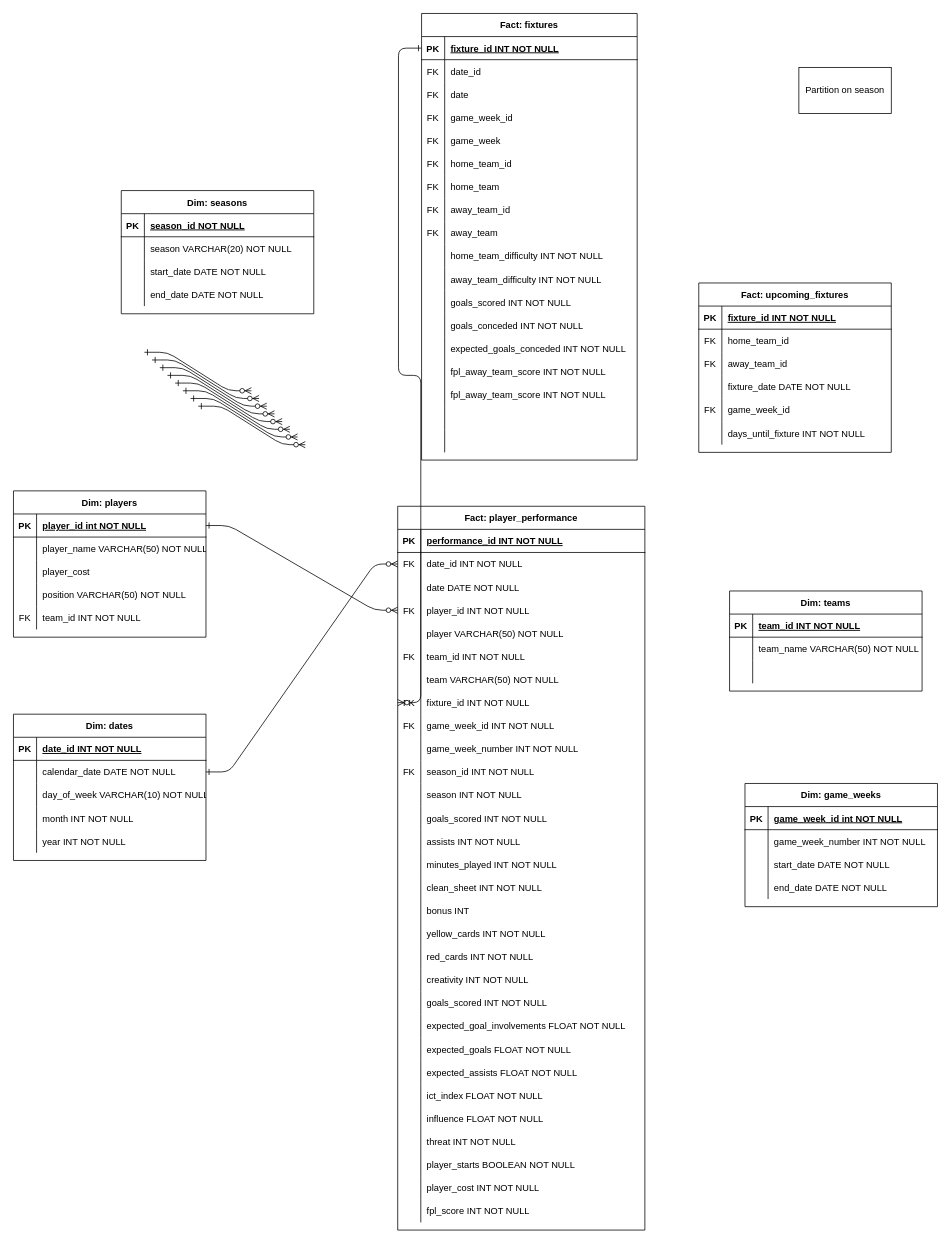
The draw.io diagram fpl_data_modeling.drawio in ossianhempel/fpl, before the edit. Source tidied: cells renumbered, new cells numbered last; positions are measured from the earlier drawing's top-left corner, leaving out a move shared by most shapes. Both pictures are drawn from the tidied source at 77%, with x=0, y=0 at pixel (13, 13).
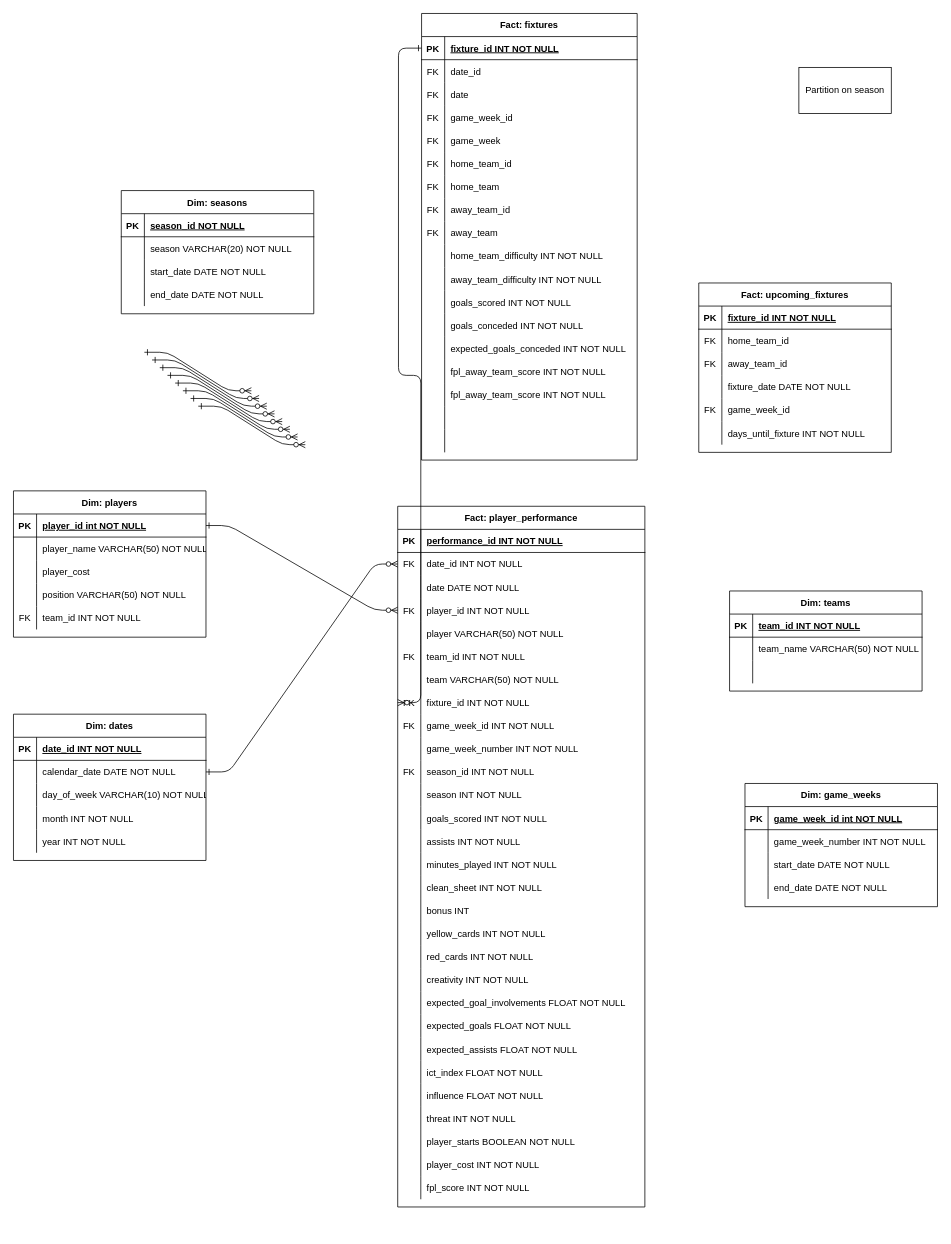
The same page after the edit.

Commit message:
fix: removed duplicate goals_scored in fact fact_player_performance table

The edit, as a diff of the source:
```diff
@@
     <mxCell id="3" value="Fact: player_performance" style="shape=table;startSize=30;childLayout=tableLayout;rowLines=0;fontStyle=1;align=center;" parent="1" vertex="1">
-      <mxGeometry x="499" y="640" width="321" height="940" as="geometry" />
+      <mxGeometry x="499" y="640" width="321" height="910" as="geometry" />
     </mxCell>
@@
-    <mxCell id="64" style="shape=partialRectangle;fillColor=none;top=0;left=0;right=0;bottom=0;" parent="3" vertex="1">
-      <mxGeometry y="630" width="321" height="30" as="geometry" />
-    </mxCell>
-    <mxCell id="65" style="shape=partialRectangle;overflow=hidden;fillColor=none;top=0;left=0;bottom=0;right=0;" parent="64" vertex="1">
-      <mxGeometry width="30" height="30" as="geometry" />
-    </mxCell>
-    <mxCell id="66" value="goals_scored INT NOT NULL" style="shape=partialRectangle;overflow=hidden;fillColor=none;top=0;left=0;bottom=0;right=0;align=left;spacingLeft=6;" parent="64" vertex="1">
-      <mxGeometry x="30" width="291" height="30" as="geometry" />
-    </mxCell>
     <mxCell id="67" style="shape=partialRectangle;fillColor=none;top=0;left=0;right=0;bottom=0;" parent="3" vertex="1">
-      <mxGeometry y="660" width="321" height="30" as="geometry" />
+      <mxGeometry y="630" width="321" height="30" as="geometry" />
     </mxCell>
@@
     <mxCell id="70" style="shape=partialRectangle;fillColor=none;top=0;left=0;right=0;bottom=0;" parent="3" vertex="1">
-      <mxGeometry y="690" width="321" height="30" as="geometry" />
+      <mxGeometry y="660" width="321" height="30" as="geometry" />
     </mxCell>
@@
     <mxCell id="73" style="shape=partialRectangle;fillColor=none;top=0;left=0;right=0;bottom=0;" parent="3" vertex="1">
-      <mxGeometry y="720" width="321" height="30" as="geometry" />
+      <mxGeometry y="690" width="321" height="30" as="geometry" />
     </mxCell>
@@
     <mxCell id="76" style="shape=partialRectangle;fillColor=none;top=0;left=0;right=0;bottom=0;" parent="3" vertex="1">
-      <mxGeometry y="750" width="321" height="30" as="geometry" />
+      <mxGeometry y="720" width="321" height="30" as="geometry" />
     </mxCell>
@@
     <mxCell id="79" style="shape=partialRectangle;fillColor=none;top=0;left=0;right=0;bottom=0;" parent="3" vertex="1">
-      <mxGeometry y="780" width="321" height="30" as="geometry" />
+      <mxGeometry y="750" width="321" height="30" as="geometry" />
     </mxCell>
@@
     <mxCell id="82" style="shape=partialRectangle;fillColor=none;top=0;left=0;right=0;bottom=0;" parent="3" vertex="1">
-      <mxGeometry y="810" width="321" height="30" as="geometry" />
+      <mxGeometry y="780" width="321" height="30" as="geometry" />
     </mxCell>
@@
     <mxCell id="85" style="shape=partialRectangle;fillColor=none;top=0;left=0;right=0;bottom=0;" parent="3" vertex="1">
-      <mxGeometry y="840" width="321" height="30" as="geometry" />
+      <mxGeometry y="810" width="321" height="30" as="geometry" />
     </mxCell>
@@
     <mxCell id="88" style="shape=partialRectangle;fillColor=none;top=0;left=0;right=0;bottom=0;" parent="3" vertex="1">
-      <mxGeometry y="870" width="321" height="30" as="geometry" />
+      <mxGeometry y="840" width="321" height="30" as="geometry" />
     </mxCell>
@@
     <mxCell id="91" style="shape=partialRectangle;fillColor=none;top=0;left=0;right=0;bottom=0;" parent="3" vertex="1">
-      <mxGeometry y="900" width="321" height="30" as="geometry" />
+      <mxGeometry y="870" width="321" height="30" as="geometry" />
     </mxCell>
```
